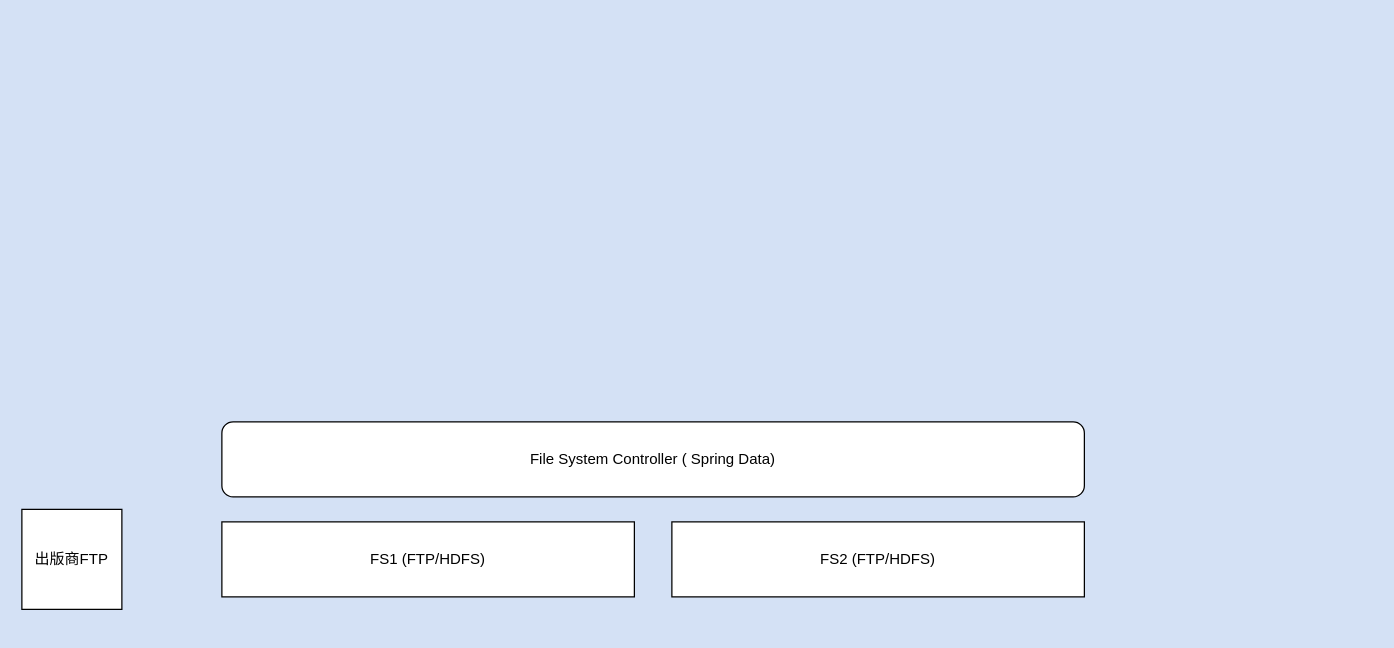
The draw.io diagram DPSNEW-sw.drawio in czjczj20/draw.io, before the edit. Source tidied: cells renumbered, new cells numbered last; positions are measured from the earlier drawing's top-left corner, leaving out a move shared by most shapes. Both pictures are drawn from the tidied source at 125%, with x=0, y=0 at pixel (21, 421).
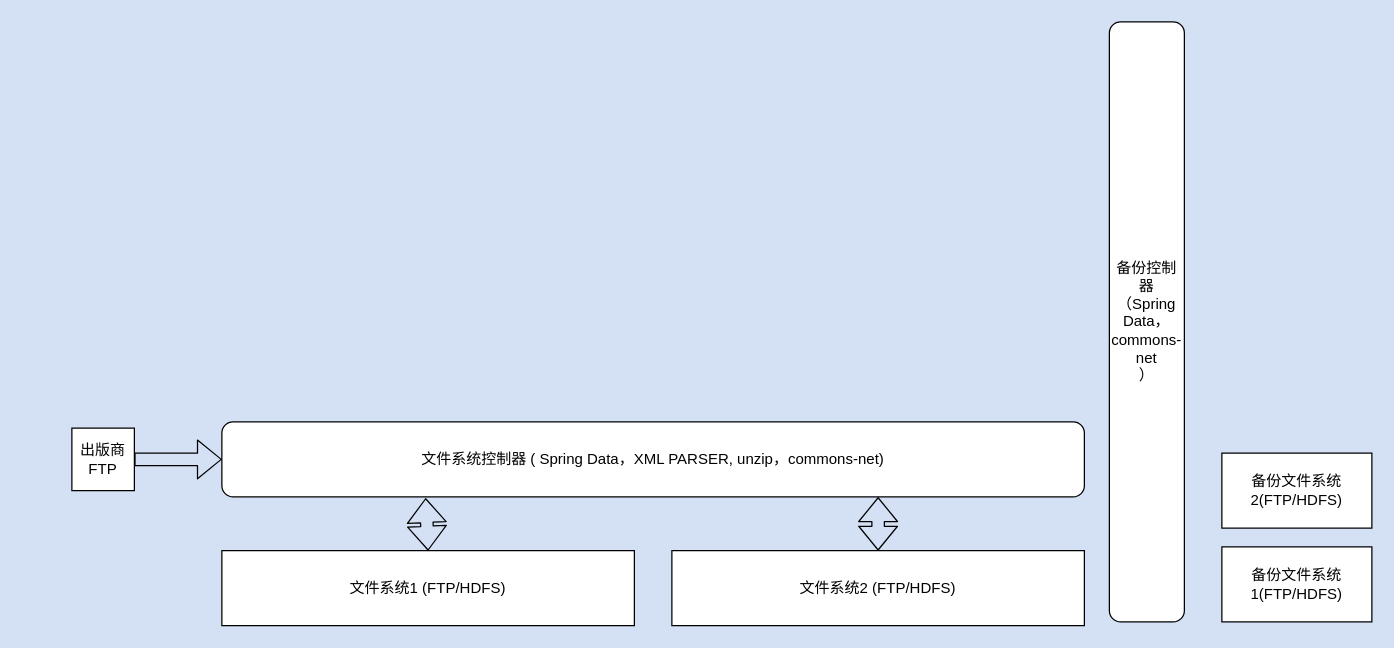
The same diagram, later.

Diff of the diagram source:
```diff
@@
 <mxGraphModel background="#D4E1F5">
   <root>
     <mxCell id="0" />
     <mxCell id="1" parent="0" />
     <mxCell id="2" value="出版商FTP" style="whiteSpace=wrap;html=1;" parent="1" vertex="1">
-      <mxGeometry y="70" width="80" height="80" as="geometry" />
+      <mxGeometry x="40" y="5" width="50" height="50" as="geometry" />
     </mxCell>
-    <mxCell id="3" value="FS1 (FTP/HDFS)" style="rounded=0;whiteSpace=wrap;html=1;" parent="1" vertex="1">
-      <mxGeometry x="160" y="80" width="330" height="60" as="geometry" />
+    <mxCell id="3" value="文件系统1 (FTP/HDFS)" style="rounded=0;whiteSpace=wrap;html=1;" parent="1" vertex="1">
+      <mxGeometry x="160" y="103" width="330" height="60" as="geometry" />
     </mxCell>
-    <mxCell id="4" value="FS2 (FTP/HDFS)" style="rounded=0;whiteSpace=wrap;html=1;" parent="1" vertex="1">
-      <mxGeometry x="520" y="80" width="330" height="60" as="geometry" />
+    <mxCell id="4" value="文件系统2 (FTP/HDFS)" style="rounded=0;whiteSpace=wrap;html=1;" parent="1" vertex="1">
+      <mxGeometry x="520" y="103" width="330" height="60" as="geometry" />
     </mxCell>
-    <mxCell id="5" value="File System Controller ( Spring Data)" style="rounded=1;whiteSpace=wrap;html=1;" parent="1" vertex="1">
+    <mxCell id="5" value="文件系统控制器 ( Spring Data，XML PARSER, unzip，&lt;span&gt;commons-net&lt;/span&gt;)" style="rounded=1;whiteSpace=wrap;html=1;" parent="1" vertex="1">
       <mxGeometry x="160" width="690" height="60" as="geometry" />
     </mxCell>
+    <mxCell id="6" style="shape=flexArrow;endArrow=classic;html=1;entryX=0;entryY=0.5;entryDx=0;entryDy=0;" parent="1" edge="1" source="2" target="5">
+      <mxGeometry relative="1" as="geometry" />
+    </mxCell>
+    <mxCell id="7" style="shape=flexArrow;endArrow=classic;startArrow=classic;html=1;exitX=0.5;exitY=0;exitDx=0;exitDy=0;" parent="1" edge="1" source="3">
+      <mxGeometry relative="1" as="geometry">
+        <mxPoint x="323" y="61" as="targetPoint" />
+      </mxGeometry>
+    </mxCell>
+    <mxCell id="8" style="shape=flexArrow;endArrow=classic;startArrow=classic;html=1;exitX=0.5;exitY=0;exitDx=0;exitDy=0;entryX=0.25;entryY=1;entryDx=0;entryDy=0;" parent="1" edge="1" source="4">
+      <mxGeometry relative="1" as="geometry">
+        <mxPoint x="685" y="60.2" as="targetPoint" />
+      </mxGeometry>
+    </mxCell>
+    <mxCell id="9" value="备份控制器（Spring Data，commons-net&lt;br&gt;）" style="rounded=1;whiteSpace=wrap;html=1;direction=south;" parent="1" vertex="1">
+      <mxGeometry x="870" y="-320" width="60" height="480" as="geometry" />
+    </mxCell>
+    <mxCell id="10" value="备份文件系统1(FTP/HDFS)" style="rounded=0;whiteSpace=wrap;html=1;" parent="1" vertex="1">
+      <mxGeometry x="960" y="100" width="120" height="60" as="geometry" />
+    </mxCell>
+    <mxCell id="11" value="备份文件系统2(FTP/HDFS)" style="rounded=0;whiteSpace=wrap;html=1;" parent="1" vertex="1">
+      <mxGeometry x="960" y="25" width="120" height="60" as="geometry" />
+    </mxCell>
   </root>
 </mxGraphModel>
```
